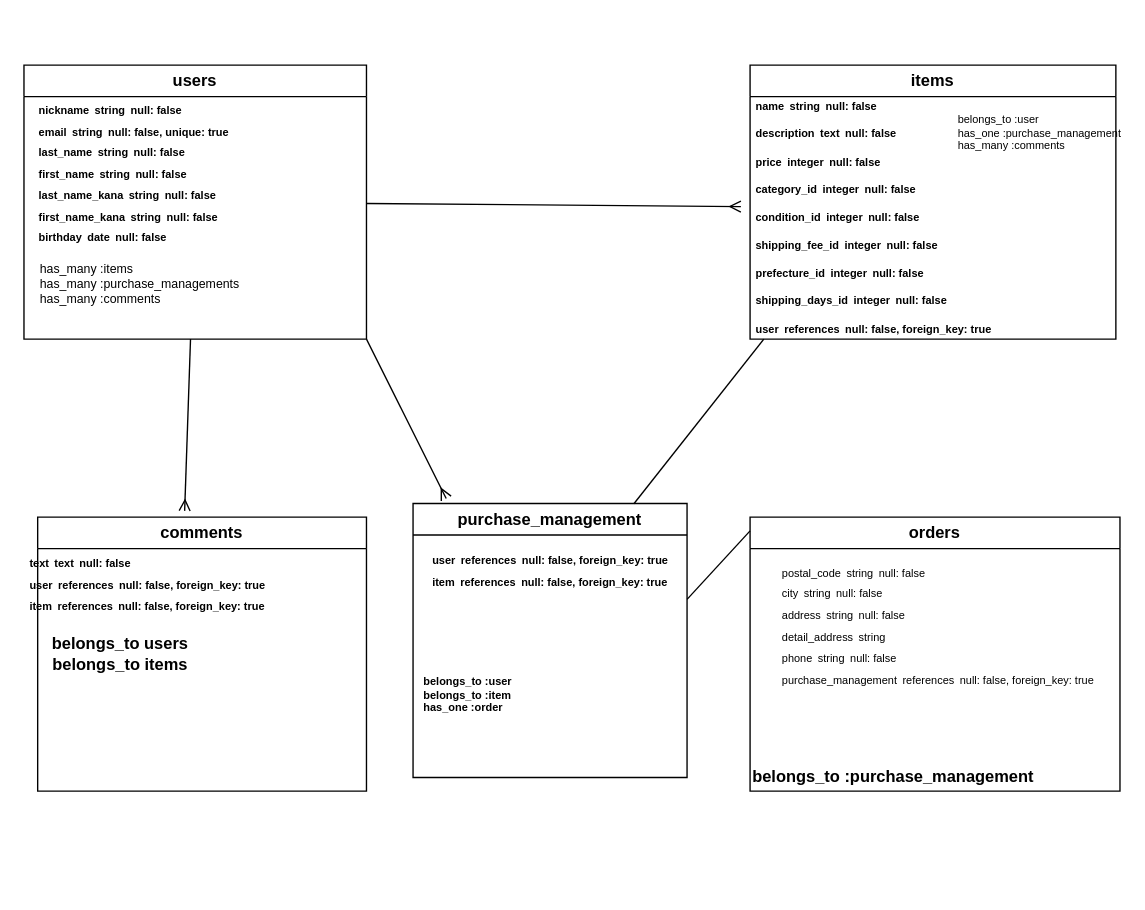
The draw.io diagram ER図.dio in W-yathtl/furima-46546, before the edit. Source tidied: cells renumbered, new cells numbered last; positions are measured from the earlier drawing's top-left corner, leaving out a move shared by most shapes. Both pictures are drawn from the tidied source at 137%, with x=0, y=0 at pixel (23, 23).
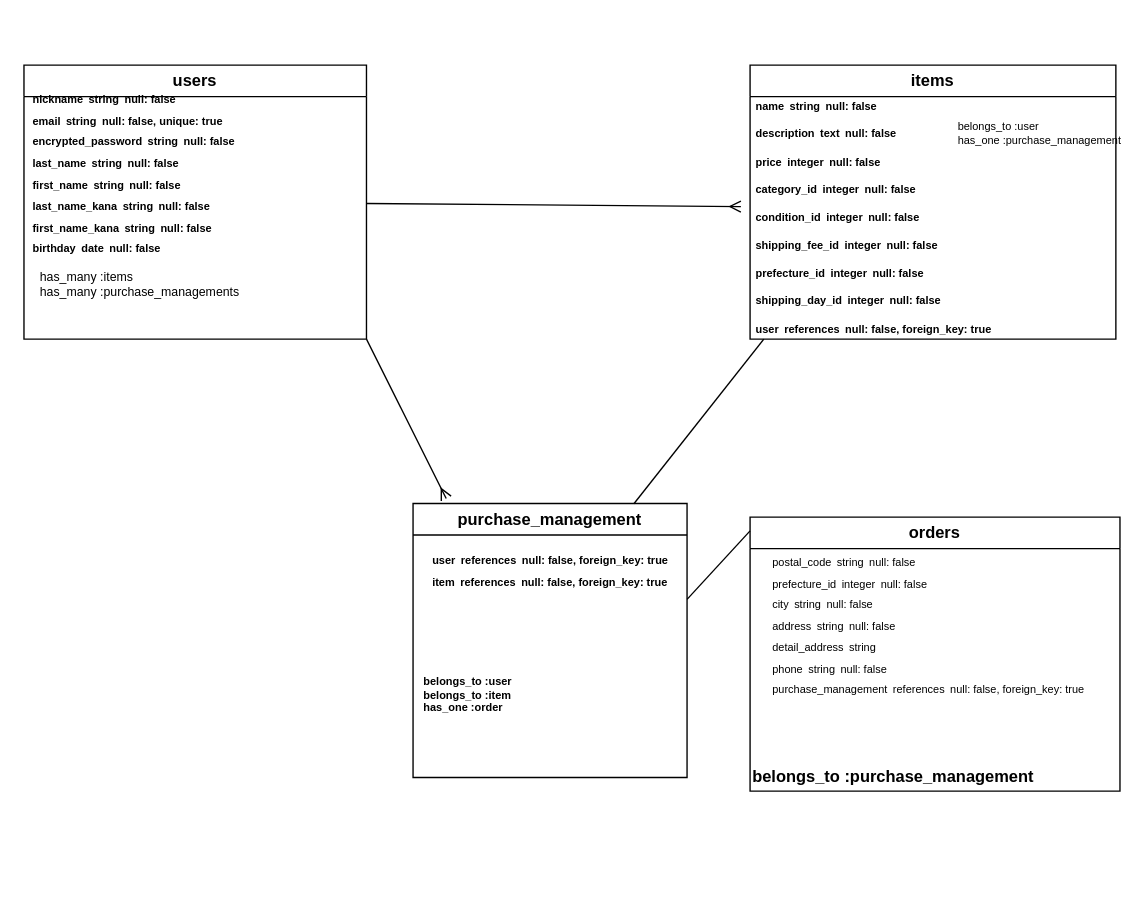
The same page after the edit.

Commit message (it also covers changes not shown here):
ER図　再々提出

The change refers to these unchanged cells:
```xml
<mxCell id="3" value="users" style="swimlane;whiteSpace=wrap;html=1;" parent="1" vertex="1">
  <mxGeometry y="30" width="250" height="200" as="geometry" />
</mxCell>
<mxCell id="5" value="items" style="swimlane;whiteSpace=wrap;html=1;" parent="1" vertex="1">
  <mxGeometry x="530" y="30" width="267" height="200" as="geometry" />
</mxCell>
<mxCell id="11" value="orders" style="swimlane;whiteSpace=wrap;html=1;" parent="1" vertex="1">
  <mxGeometry x="530" y="360" width="270" height="200" as="geometry" />
</mxCell>
```

The edit, as a diff of the source:
```diff
@@
-    <mxCell id="4" value="&lt;table&gt;&lt;tbody&gt;&lt;tr&gt;&lt;td&gt;nickname&lt;/td&gt;&lt;td&gt;string&lt;/td&gt;&lt;td&gt;null: false&lt;/td&gt;&lt;/tr&gt;&lt;/tbody&gt;&lt;/table&gt;&lt;table&gt;&lt;tbody&gt;&lt;tr&gt;&lt;td&gt;email&lt;/td&gt;&lt;td&gt;string&lt;/td&gt;&lt;td&gt;null: false, unique: true&lt;/td&gt;&lt;/tr&gt;&lt;/tbody&gt;&lt;/table&gt;&lt;table&gt;&lt;tbody&gt;&lt;tr&gt;&lt;td&gt;last_name&lt;/td&gt;&lt;td&gt;string&lt;/td&gt;&lt;td&gt;null: false&lt;/td&gt;&lt;/tr&gt;&lt;/tbody&gt;&lt;/table&gt;&lt;table&gt;&lt;tbody&gt;&lt;tr&gt;&lt;td&gt;first_name&lt;/td&gt;&lt;td&gt;string&lt;/td&gt;&lt;td&gt;null: false&lt;/td&gt;&lt;/tr&gt;&lt;/tbody&gt;&lt;/table&gt;&lt;table&gt;&lt;tbody&gt;&lt;tr&gt;&lt;td&gt;last_name_kana&lt;/td&gt;&lt;td&gt;string&lt;/td&gt;&lt;td&gt;null: false&lt;/td&gt;&lt;/tr&gt;&lt;/tbody&gt;&lt;/table&gt;&lt;table&gt;&lt;tbody&gt;&lt;tr&gt;&lt;td&gt;first_name_kana&lt;/td&gt;&lt;td&gt;string&lt;/td&gt;&lt;td&gt;null: false&lt;/td&gt;&lt;/tr&gt;&lt;/tbody&gt;&lt;/table&gt;&lt;table&gt;&lt;tbody&gt;&lt;tr&gt;&lt;td&gt;birthday&lt;/td&gt;&lt;td&gt;date&lt;/td&gt;&lt;td&gt;null: false&lt;/td&gt;&lt;/tr&gt;&lt;/tbody&gt;&lt;/table&gt;" style="text;strokeColor=none;fillColor=none;html=1;fontSize=8;fontStyle=1;verticalAlign=middle;align=center;" parent="3" vertex="1">
+    <mxCell id="4" value="&lt;table&gt;&lt;tbody&gt;&lt;tr&gt;&lt;td&gt;nickname&lt;/td&gt;&lt;td&gt;string&lt;/td&gt;&lt;td&gt;null: false&lt;/td&gt;&lt;/tr&gt;&lt;/tbody&gt;&lt;/table&gt;&lt;table&gt;&lt;tbody&gt;&lt;tr&gt;&lt;td&gt;email&lt;/td&gt;&lt;td&gt;string&lt;/td&gt;&lt;td&gt;null: false, unique: true&lt;/td&gt;&lt;/tr&gt;&lt;/tbody&gt;&lt;/table&gt;&lt;table&gt;&lt;tbody&gt;&lt;tr&gt;&lt;td&gt;encrypted_password&lt;/td&gt;&lt;td&gt;string&lt;/td&gt;&lt;td&gt;null: false&lt;/td&gt;&lt;/tr&gt;&lt;/tbody&gt;&lt;/table&gt;&lt;table&gt;&lt;tbody&gt;&lt;tr&gt;&lt;td&gt;last_name&lt;/td&gt;&lt;td&gt;string&lt;/td&gt;&lt;td&gt;null: false&lt;/td&gt;&lt;/tr&gt;&lt;/tbody&gt;&lt;/table&gt;&lt;table&gt;&lt;tbody&gt;&lt;tr&gt;&lt;td&gt;first_name&lt;/td&gt;&lt;td&gt;string&lt;/td&gt;&lt;td&gt;null: false&lt;/td&gt;&lt;/tr&gt;&lt;/tbody&gt;&lt;/table&gt;&lt;table&gt;&lt;tbody&gt;&lt;tr&gt;&lt;td&gt;last_name_kana&lt;/td&gt;&lt;td&gt;string&lt;/td&gt;&lt;td&gt;null: false&lt;/td&gt;&lt;/tr&gt;&lt;/tbody&gt;&lt;/table&gt;&lt;table&gt;&lt;tbody&gt;&lt;tr&gt;&lt;td&gt;first_name_kana&lt;/td&gt;&lt;td&gt;string&lt;/td&gt;&lt;td&gt;null: false&lt;/td&gt;&lt;/tr&gt;&lt;/tbody&gt;&lt;/table&gt;&lt;table&gt;&lt;tbody&gt;&lt;tr&gt;&lt;td&gt;birthday&lt;/td&gt;&lt;td&gt;date&lt;/td&gt;&lt;td&gt;null: false&lt;/td&gt;&lt;/tr&gt;&lt;/tbody&gt;&lt;/table&gt;" style="text;strokeColor=none;fillColor=none;html=1;fontSize=8;fontStyle=1;verticalAlign=middle;align=center;" parent="3" vertex="1">
       <mxGeometry x="30" width="100" height="160" as="geometry" />
     </mxCell>
@@
-    <mxCell id="6" value="&lt;table&gt;&lt;tbody&gt;&lt;tr&gt;&lt;td&gt;&lt;font style=&quot;font-size: 8px;&quot;&gt;name&lt;/font&gt;&lt;/td&gt;&lt;td&gt;&lt;font style=&quot;font-size: 8px;&quot;&gt;string&lt;/font&gt;&lt;/td&gt;&lt;td&gt;&lt;font style=&quot;font-size: 8px;&quot;&gt;null: false&lt;/font&gt;&lt;/td&gt;&lt;/tr&gt;&lt;/tbody&gt;&lt;/table&gt;&lt;table&gt;&lt;tbody&gt;&lt;tr&gt;&lt;td&gt;&lt;font style=&quot;font-size: 8px;&quot;&gt;description&lt;/font&gt;&lt;/td&gt;&lt;td&gt;&lt;font style=&quot;font-size: 8px;&quot;&gt;text&lt;/font&gt;&lt;/td&gt;&lt;td&gt;&lt;font style=&quot;font-size: 8px;&quot;&gt;null: false&lt;/font&gt;&lt;/td&gt;&lt;/tr&gt;&lt;/tbody&gt;&lt;/table&gt;&lt;table&gt;&lt;tbody&gt;&lt;tr&gt;&lt;td&gt;&lt;font style=&quot;font-size: 8px;&quot;&gt;price&lt;/font&gt;&lt;/td&gt;&lt;td&gt;&lt;font style=&quot;font-size: 8px;&quot;&gt;integer&lt;/font&gt;&lt;/td&gt;&lt;td&gt;&lt;font style=&quot;font-size: 8px;&quot;&gt;null: false&lt;/font&gt;&lt;/td&gt;&lt;/tr&gt;&lt;/tbody&gt;&lt;/table&gt;&lt;table&gt;&lt;tbody&gt;&lt;tr&gt;&lt;td&gt;&lt;font style=&quot;font-size: 8px;&quot;&gt;category_id&lt;/font&gt;&lt;/td&gt;&lt;td&gt;&lt;font style=&quot;font-size: 8px;&quot;&gt;integer&lt;/font&gt;&lt;/td&gt;&lt;td&gt;&lt;font style=&quot;font-size: 8px;&quot;&gt;null: false&lt;/font&gt;&lt;/td&gt;&lt;/tr&gt;&lt;/tbody&gt;&lt;/table&gt;&lt;table&gt;&lt;tbody&gt;&lt;tr&gt;&lt;td&gt;&lt;font style=&quot;font-size: 8px;&quot;&gt;condition_id&lt;/font&gt;&lt;/td&gt;&lt;td&gt;&lt;font style=&quot;font-size: 8px;&quot;&gt;integer&lt;/font&gt;&lt;/td&gt;&lt;td&gt;&lt;font style=&quot;font-size: 8px;&quot;&gt;null: false&lt;/font&gt;&lt;/td&gt;&lt;/tr&gt;&lt;/tbody&gt;&lt;/table&gt;&lt;table&gt;&lt;tbody&gt;&lt;tr&gt;&lt;td&gt;&lt;font style=&quot;font-size: 8px;&quot;&gt;shipping_fee_id&lt;/font&gt;&lt;/td&gt;&lt;td&gt;&lt;font style=&quot;font-size: 8px;&quot;&gt;integer&lt;/font&gt;&lt;/td&gt;&lt;td&gt;&lt;font style=&quot;font-size: 8px;&quot;&gt;null: false&lt;/font&gt;&lt;/td&gt;&lt;/tr&gt;&lt;/tbody&gt;&lt;/table&gt;&lt;table&gt;&lt;tbody&gt;&lt;tr&gt;&lt;td&gt;&lt;font style=&quot;font-size: 8px;&quot;&gt;prefecture_id&lt;/font&gt;&lt;/td&gt;&lt;td&gt;&lt;font style=&quot;font-size: 8px;&quot;&gt;integer&lt;/font&gt;&lt;/td&gt;&lt;td&gt;&lt;font style=&quot;font-size: 8px;&quot;&gt;null: false&lt;/font&gt;&lt;/td&gt;&lt;/tr&gt;&lt;/tbody&gt;&lt;/table&gt;&lt;table&gt;&lt;tbody&gt;&lt;tr&gt;&lt;td&gt;&lt;font style=&quot;font-size: 8px;&quot;&gt;shipping_days_id&lt;/font&gt;&lt;/td&gt;&lt;td&gt;&lt;font style=&quot;font-size: 8px;&quot;&gt;integer&lt;/font&gt;&lt;/td&gt;&lt;td&gt;&lt;font style=&quot;font-size: 8px;&quot;&gt;null: false&lt;/font&gt;&lt;/td&gt;&lt;/tr&gt;&lt;/tbody&gt;&lt;/table&gt;&lt;table&gt;&lt;tbody&gt;&lt;tr&gt;&lt;td&gt;&lt;font style=&quot;font-size: 8px;&quot;&gt;user&lt;/font&gt;&lt;/td&gt;&lt;td&gt;&lt;font style=&quot;font-size: 8px;&quot;&gt;references&lt;/font&gt;&lt;/td&gt;&lt;td&gt;&lt;font style=&quot;font-size: 8px;&quot;&gt;null: false, foreign_key: true&lt;/font&gt;&lt;/td&gt;&lt;/tr&gt;&lt;/tbody&gt;&lt;/table&gt;" style="text;strokeColor=none;fillColor=none;html=1;fontSize=12;fontStyle=1;verticalAlign=middle;align=center;" parent="5" vertex="1">
+    <mxCell id="6" value="&lt;table&gt;&lt;tbody&gt;&lt;tr&gt;&lt;td&gt;&lt;font style=&quot;font-size: 8px;&quot;&gt;name&lt;/font&gt;&lt;/td&gt;&lt;td&gt;&lt;font style=&quot;font-size: 8px;&quot;&gt;string&lt;/font&gt;&lt;/td&gt;&lt;td&gt;&lt;font style=&quot;font-size: 8px;&quot;&gt;null: false&lt;/font&gt;&lt;/td&gt;&lt;/tr&gt;&lt;/tbody&gt;&lt;/table&gt;&lt;table&gt;&lt;tbody&gt;&lt;tr&gt;&lt;td&gt;&lt;font style=&quot;font-size: 8px;&quot;&gt;description&lt;/font&gt;&lt;/td&gt;&lt;td&gt;&lt;font style=&quot;font-size: 8px;&quot;&gt;text&lt;/font&gt;&lt;/td&gt;&lt;td&gt;&lt;font style=&quot;font-size: 8px;&quot;&gt;null: false&lt;/font&gt;&lt;/td&gt;&lt;/tr&gt;&lt;/tbody&gt;&lt;/table&gt;&lt;table&gt;&lt;tbody&gt;&lt;tr&gt;&lt;td&gt;&lt;font style=&quot;font-size: 8px;&quot;&gt;price&lt;/font&gt;&lt;/td&gt;&lt;td&gt;&lt;font style=&quot;font-size: 8px;&quot;&gt;integer&lt;/font&gt;&lt;/td&gt;&lt;td&gt;&lt;font style=&quot;font-size: 8px;&quot;&gt;null: false&lt;/font&gt;&lt;/td&gt;&lt;/tr&gt;&lt;/tbody&gt;&lt;/table&gt;&lt;table&gt;&lt;tbody&gt;&lt;tr&gt;&lt;td&gt;&lt;font style=&quot;font-size: 8px;&quot;&gt;category_id&lt;/font&gt;&lt;/td&gt;&lt;td&gt;&lt;font style=&quot;font-size: 8px;&quot;&gt;integer&lt;/font&gt;&lt;/td&gt;&lt;td&gt;&lt;font style=&quot;font-size: 8px;&quot;&gt;null: false&lt;/font&gt;&lt;/td&gt;&lt;/tr&gt;&lt;/tbody&gt;&lt;/table&gt;&lt;table&gt;&lt;tbody&gt;&lt;tr&gt;&lt;td&gt;&lt;font style=&quot;font-size: 8px;&quot;&gt;condition_id&lt;/font&gt;&lt;/td&gt;&lt;td&gt;&lt;font style=&quot;font-size: 8px;&quot;&gt;integer&lt;/font&gt;&lt;/td&gt;&lt;td&gt;&lt;font style=&quot;font-size: 8px;&quot;&gt;null: false&lt;/font&gt;&lt;/td&gt;&lt;/tr&gt;&lt;/tbody&gt;&lt;/table&gt;&lt;table&gt;&lt;tbody&gt;&lt;tr&gt;&lt;td&gt;&lt;font style=&quot;font-size: 8px;&quot;&gt;shipping_fee_id&lt;/font&gt;&lt;/td&gt;&lt;td&gt;&lt;font style=&quot;font-size: 8px;&quot;&gt;integer&lt;/font&gt;&lt;/td&gt;&lt;td&gt;&lt;font style=&quot;font-size: 8px;&quot;&gt;null: false&lt;/font&gt;&lt;/td&gt;&lt;/tr&gt;&lt;/tbody&gt;&lt;/table&gt;&lt;table&gt;&lt;tbody&gt;&lt;tr&gt;&lt;td&gt;&lt;font style=&quot;font-size: 8px;&quot;&gt;prefecture_id&lt;/font&gt;&lt;/td&gt;&lt;td&gt;&lt;font style=&quot;font-size: 8px;&quot;&gt;integer&lt;/font&gt;&lt;/td&gt;&lt;td&gt;&lt;font style=&quot;font-size: 8px;&quot;&gt;null: false&lt;/font&gt;&lt;/td&gt;&lt;/tr&gt;&lt;/tbody&gt;&lt;/table&gt;&lt;table&gt;&lt;tbody&gt;&lt;tr&gt;&lt;td&gt;&lt;font style=&quot;font-size: 8px;&quot;&gt;shipping_day_id&lt;/font&gt;&lt;/td&gt;&lt;td&gt;&lt;font style=&quot;font-size: 8px;&quot;&gt;integer&lt;/font&gt;&lt;/td&gt;&lt;td&gt;&lt;font style=&quot;font-size: 8px;&quot;&gt;null: false&lt;/font&gt;&lt;/td&gt;&lt;/tr&gt;&lt;/tbody&gt;&lt;/table&gt;&lt;table&gt;&lt;tbody&gt;&lt;tr&gt;&lt;td&gt;&lt;font style=&quot;font-size: 8px;&quot;&gt;user&lt;/font&gt;&lt;/td&gt;&lt;td&gt;&lt;font style=&quot;font-size: 8px;&quot;&gt;references&lt;/font&gt;&lt;/td&gt;&lt;td&gt;&lt;font style=&quot;font-size: 8px;&quot;&gt;null: false, foreign_key: true&lt;/font&gt;&lt;/td&gt;&lt;/tr&gt;&lt;/tbody&gt;&lt;/table&gt;" style="text;strokeColor=none;fillColor=none;html=1;fontSize=12;fontStyle=1;verticalAlign=middle;align=center;" parent="5" vertex="1">
       <mxGeometry x="40" y="30" width="100" height="160" as="geometry" />
     </mxCell>
-    <mxCell id="7" value="belongs_to :user&lt;div&gt;has_one :purchase_management&lt;/div&gt;&lt;div&gt;has_many :comments&lt;/div&gt;" style="text;strokeColor=none;fillColor=none;html=1;fontSize=8;fontStyle=0;verticalAlign=middle;align=left;" parent="5" vertex="1">
+    <mxCell id="7" value="belongs_to :user&lt;div&gt;has_one :purchase_management&lt;/div&gt;" style="text;strokeColor=none;fillColor=none;html=1;fontSize=8;fontStyle=0;verticalAlign=middle;align=left;" parent="5" vertex="1">
       <mxGeometry x="150" y="-30" width="100" height="160" as="geometry" />
     </mxCell>
-    <mxCell id="8" value="comments" style="swimlane;whiteSpace=wrap;html=1;" parent="1" vertex="1">
-      <mxGeometry x="10" y="360" width="240" height="200" as="geometry" />
-    </mxCell>
-    <mxCell id="9" value="&lt;table&gt;&lt;tbody&gt;&lt;tr&gt;&lt;td&gt;text&lt;/td&gt;&lt;td&gt;text&lt;/td&gt;&lt;td&gt;null: false&lt;/td&gt;&lt;/tr&gt;&lt;/tbody&gt;&lt;/table&gt;&lt;table&gt;&lt;tbody&gt;&lt;tr&gt;&lt;td&gt;user&lt;/td&gt;&lt;td&gt;references&lt;/td&gt;&lt;td&gt;null: false, foreign_key: true&lt;/td&gt;&lt;/tr&gt;&lt;/tbody&gt;&lt;/table&gt;&lt;table&gt;&lt;tbody&gt;&lt;tr&gt;&lt;td&gt;item&lt;/td&gt;&lt;td&gt;references&lt;/td&gt;&lt;td&gt;null: false, foreign_key: true&lt;/td&gt;&lt;/tr&gt;&lt;/tbody&gt;&lt;/table&gt;" style="text;strokeColor=none;fillColor=none;html=1;fontSize=8;fontStyle=1;verticalAlign=middle;align=center;" parent="8" vertex="1">
-      <mxGeometry x="30" y="-30" width="100" height="160" as="geometry" />
-    </mxCell>
-    <mxCell id="10" value="belongs_to users&lt;div&gt;belongs_to items&lt;/div&gt;" style="text;strokeColor=none;fillColor=none;html=1;fontSize=12;fontStyle=1;verticalAlign=middle;align=center;" parent="8" vertex="1">
-      <mxGeometry x="10" y="20" width="100" height="160" as="geometry" />
-    </mxCell>
@@
-    <mxCell id="12" value="&lt;table&gt;&lt;tbody&gt;&lt;tr&gt;&lt;td&gt;postal_code&lt;/td&gt;&lt;td&gt;string&lt;/td&gt;&lt;td&gt;null: false&lt;/td&gt;&lt;/tr&gt;&lt;/tbody&gt;&lt;/table&gt;&lt;table&gt;&lt;tbody&gt;&lt;tr&gt;&lt;td&gt;city&lt;/td&gt;&lt;td&gt;string&lt;/td&gt;&lt;td&gt;null: false&lt;/td&gt;&lt;/tr&gt;&lt;/tbody&gt;&lt;/table&gt;&lt;table&gt;&lt;tbody&gt;&lt;tr&gt;&lt;td&gt;address&lt;/td&gt;&lt;td&gt;string&lt;/td&gt;&lt;td&gt;null: false&lt;/td&gt;&lt;/tr&gt;&lt;/tbody&gt;&lt;/table&gt;&lt;table&gt;&lt;tbody&gt;&lt;tr&gt;&lt;td&gt;detail_address&lt;/td&gt;&lt;td&gt;string&lt;/td&gt;&lt;td&gt;&lt;/td&gt;&lt;/tr&gt;&lt;/tbody&gt;&lt;/table&gt;&lt;table&gt;&lt;tbody&gt;&lt;tr&gt;&lt;td&gt;phone&lt;/td&gt;&lt;td&gt;string&lt;/td&gt;&lt;td&gt;null: false&lt;/td&gt;&lt;/tr&gt;&lt;/tbody&gt;&lt;/table&gt;&lt;table&gt;&lt;tbody&gt;&lt;tr&gt;&lt;td&gt;purchase_management&lt;/td&gt;&lt;td&gt;references&lt;/td&gt;&lt;td&gt;null: false, foreign_key: true&lt;/td&gt;&lt;/tr&gt;&lt;/tbody&gt;&lt;/table&gt;" style="text;html=1;align=center;verticalAlign=middle;strokeColor=none;fillColor=none;fontColor=default;fontSize=8;" parent="11" vertex="1">
-      <mxGeometry x="7" y="30" width="260" height="100" as="geometry" />
+    <mxCell id="12" value="&lt;table&gt;&lt;tbody&gt;&lt;tr&gt;&lt;td&gt;postal_code&lt;/td&gt;&lt;td&gt;string&lt;/td&gt;&lt;td&gt;null: false&lt;/td&gt;&lt;/tr&gt;&lt;/tbody&gt;&lt;/table&gt;&lt;table&gt;&lt;tbody&gt;&lt;tr&gt;&lt;td&gt;prefecture_id&lt;/td&gt;&lt;td&gt;integer&lt;/td&gt;&lt;td&gt;null: false&lt;/td&gt;&lt;/tr&gt;&lt;/tbody&gt;&lt;/table&gt;&lt;table&gt;&lt;tbody&gt;&lt;tr&gt;&lt;td&gt;city&lt;/td&gt;&lt;td&gt;string&lt;/td&gt;&lt;td&gt;null: false&lt;/td&gt;&lt;/tr&gt;&lt;/tbody&gt;&lt;/table&gt;&lt;table&gt;&lt;tbody&gt;&lt;tr&gt;&lt;td&gt;address&lt;/td&gt;&lt;td&gt;string&lt;/td&gt;&lt;td&gt;null: false&lt;/td&gt;&lt;/tr&gt;&lt;/tbody&gt;&lt;/table&gt;&lt;table&gt;&lt;tbody&gt;&lt;tr&gt;&lt;td&gt;detail_address&lt;/td&gt;&lt;td&gt;string&lt;/td&gt;&lt;td&gt;&lt;/td&gt;&lt;/tr&gt;&lt;/tbody&gt;&lt;/table&gt;&lt;table&gt;&lt;tbody&gt;&lt;tr&gt;&lt;td&gt;phone&lt;/td&gt;&lt;td&gt;string&lt;/td&gt;&lt;td&gt;null: false&lt;/td&gt;&lt;/tr&gt;&lt;/tbody&gt;&lt;/table&gt;&lt;table&gt;&lt;tbody&gt;&lt;tr&gt;&lt;td&gt;purchase_management&lt;/td&gt;&lt;td&gt;references&lt;/td&gt;&lt;td&gt;null: false, foreign_key: true&lt;/td&gt;&lt;/tr&gt;&lt;/tbody&gt;&lt;/table&gt;" style="text;html=1;align=center;verticalAlign=middle;strokeColor=none;fillColor=none;fontColor=default;fontSize=8;" parent="11" vertex="1">
+      <mxGeometry y="20" width="260" height="120" as="geometry" />
     </mxCell>
@@
-    <mxCell id="15" style="edgeStyle=none;html=1;entryX=0.447;entryY=-0.023;entryDx=0;entryDy=0;entryPerimeter=0;endArrow=ERmany;endFill=0;" parent="1" edge="1" source="3" target="8">
-      <mxGeometry relative="1" as="geometry" />
-    </mxCell>
@@
-    <mxCell id="20" value="has_many :items&amp;nbsp;&lt;div&gt;has_many :purchase_managements&amp;nbsp;&lt;/div&gt;&lt;div&gt;has_many :comments&lt;/div&gt;" style="text;strokeColor=none;fillColor=none;html=1;fontSize=9;fontStyle=0;verticalAlign=middle;align=left;" parent="1" vertex="1">
+    <mxCell id="20" value="has_many :items&amp;nbsp;&lt;div&gt;has_many :purchase_managements&amp;nbsp;&lt;/div&gt;" style="text;strokeColor=none;fillColor=none;html=1;fontSize=9;fontStyle=0;verticalAlign=middle;align=left;" parent="1" vertex="1">
       <mxGeometry x="10" y="110" width="100" height="160" as="geometry" />
     </mxCell>
```
